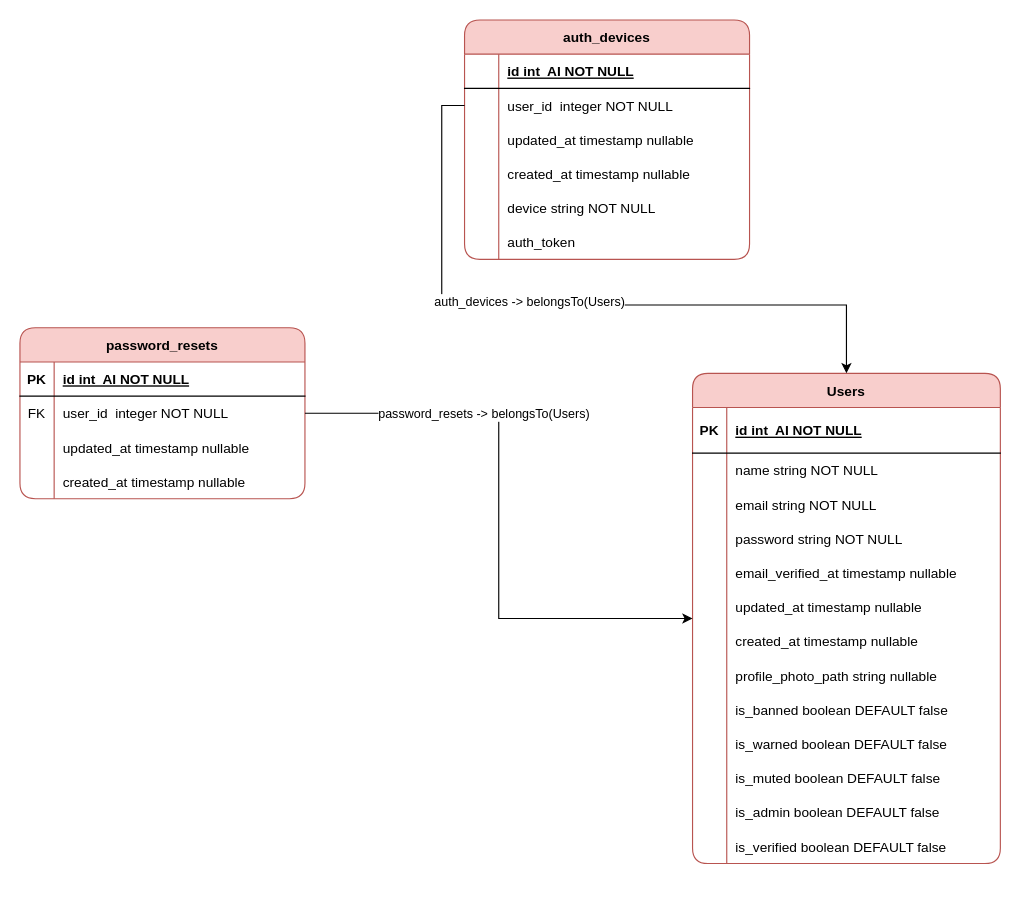
This is page "Users" (1 of 9) of devStorage/DatabaseModel.drawio from AndrewVozniak/WorldPath, a draw.io file, before an edit. Source tidied: cells renumbered, new cells numbered last; positions are measured from the earlier drawing's top-left corner, leaving out a move shared by most shapes. Both pictures are drawn from the tidied source at 114%, with x=0, y=0 at pixel (19, 19).
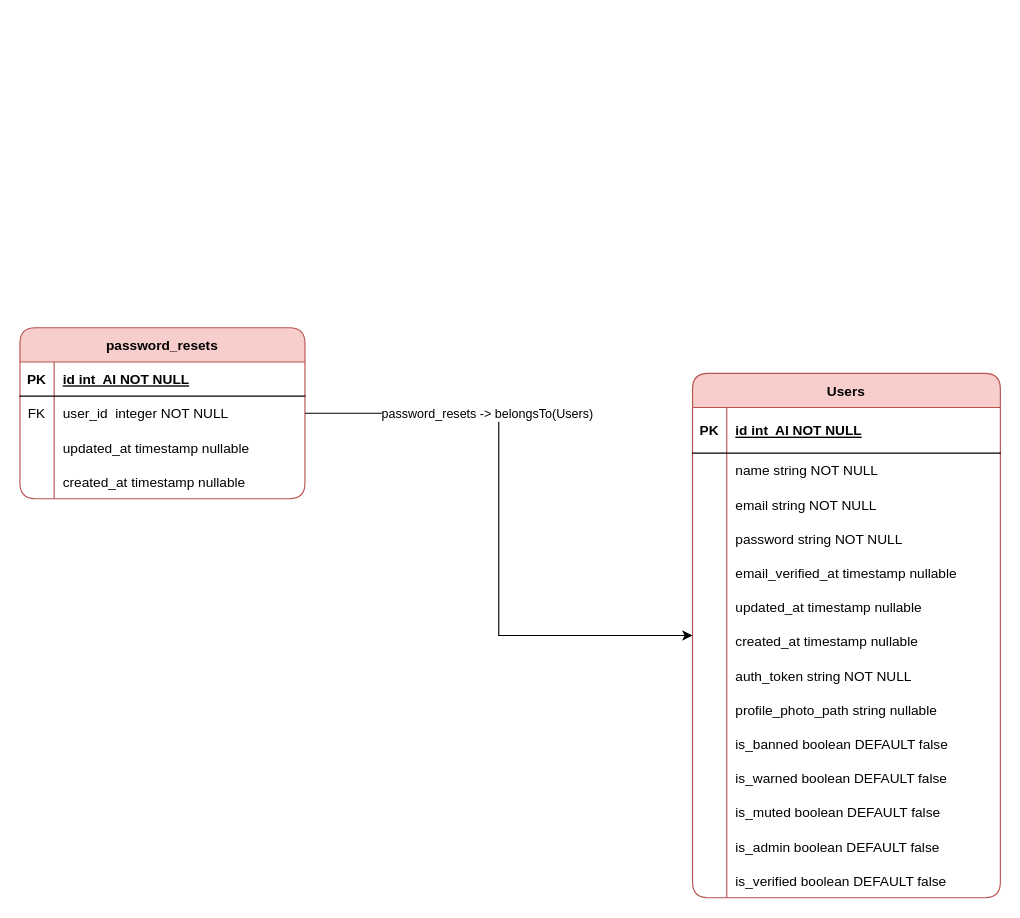
Above is the later version.

What changed in the source:
```diff
@@
     <mxCell id="2" value="Users" style="shape=table;startSize=30;childLayout=tableLayout;rowLines=0;fontStyle=1;align=center;fillColor=#f8cecc;strokeColor=#b85450;rounded=1;" parent="1" vertex="1">
-      <mxGeometry x="590" y="310" width="270" height="430" as="geometry" />
+      <mxGeometry x="590" y="310" width="270" height="460" as="geometry" />
     </mxCell>
@@
+    <mxCell id="78" style="shape=partialRectangle;fillColor=none;top=0;left=0;right=0;bottom=0;" parent="2" vertex="1">
+      <mxGeometry y="250" width="270" height="30" as="geometry" />
+    </mxCell>
+    <mxCell id="79" style="shape=partialRectangle;overflow=hidden;fillColor=none;top=0;left=0;bottom=0;right=0;" parent="78" vertex="1">
+      <mxGeometry width="30" height="30" as="geometry" />
+    </mxCell>
+    <mxCell id="80" value="auth_token string NOT NULL" style="shape=partialRectangle;overflow=hidden;fillColor=none;top=0;left=0;bottom=0;right=0;align=left;spacingLeft=6;" parent="78" vertex="1">
+      <mxGeometry x="30" width="240" height="30" as="geometry" />
+    </mxCell>
     <mxCell id="24" style="shape=partialRectangle;fillColor=none;top=0;left=0;right=0;bottom=0;" parent="2" vertex="1">
-      <mxGeometry y="250" width="270" height="30" as="geometry" />
+      <mxGeometry y="280" width="270" height="30" as="geometry" />
     </mxCell>
@@
     <mxCell id="27" style="shape=partialRectangle;fillColor=none;top=0;left=0;right=0;bottom=0;" parent="2" vertex="1">
-      <mxGeometry y="280" width="270" height="30" as="geometry" />
+      <mxGeometry y="310" width="270" height="30" as="geometry" />
     </mxCell>
@@
     <mxCell id="30" style="shape=partialRectangle;fillColor=none;top=0;left=0;right=0;bottom=0;" parent="2" vertex="1">
-      <mxGeometry y="310" width="270" height="30" as="geometry" />
+      <mxGeometry y="340" width="270" height="30" as="geometry" />
     </mxCell>
@@
     <mxCell id="33" style="shape=partialRectangle;fillColor=none;top=0;left=0;right=0;bottom=0;" parent="2" vertex="1">
-      <mxGeometry y="340" width="270" height="30" as="geometry" />
+      <mxGeometry y="370" width="270" height="30" as="geometry" />
     </mxCell>
@@
     <mxCell id="36" style="shape=partialRectangle;fillColor=none;top=0;left=0;right=0;bottom=0;" parent="2" vertex="1">
-      <mxGeometry y="370" width="270" height="30" as="geometry" />
+      <mxGeometry y="400" width="270" height="30" as="geometry" />
     </mxCell>
@@
     <mxCell id="39" style="shape=partialRectangle;fillColor=none;top=0;left=0;right=0;bottom=0;" parent="2" vertex="1">
-      <mxGeometry y="400" width="270" height="30" as="geometry" />
+      <mxGeometry y="430" width="270" height="30" as="geometry" />
     </mxCell>
@@
-    <mxCell id="57" value="auth_devices" style="shape=table;startSize=30;childLayout=tableLayout;rowLines=0;fontStyle=1;align=center;fillColor=#f8cecc;strokeColor=#b85450;rounded=1;" parent="1" vertex="1">
-      <mxGeometry x="390" width="250" height="210" as="geometry" />
-    </mxCell>
-    <mxCell id="58" style="shape=partialRectangle;fillColor=none;top=0;left=0;right=0;bottom=1;" parent="57" vertex="1">
-      <mxGeometry y="30" width="250" height="30" as="geometry" />
-    </mxCell>
-    <mxCell id="59" style="shape=partialRectangle;overflow=hidden;fillColor=none;top=0;left=0;bottom=0;right=0;fontStyle=1;" parent="58" vertex="1">
-      <mxGeometry width="30" height="30" as="geometry" />
-    </mxCell>
-    <mxCell id="60" value="id int  AI NOT NULL " style="shape=partialRectangle;overflow=hidden;fillColor=none;top=0;left=0;bottom=0;right=0;align=left;spacingLeft=6;fontStyle=5;" parent="58" vertex="1">
-      <mxGeometry x="30" width="220" height="30" as="geometry" />
-    </mxCell>
-    <mxCell id="61" style="shape=partialRectangle;fillColor=none;points=[[0,0.5],[1,0.5]];portConstraint=eastwest;top=0;left=0;right=0;bottom=0;" parent="57" vertex="1">
-      <mxGeometry y="60" width="250" height="30" as="geometry" />
-    </mxCell>
-    <mxCell id="62" style="shape=partialRectangle;overflow=hidden;fillColor=none;top=0;left=0;bottom=0;right=0;" parent="61" vertex="1">
-      <mxGeometry width="30" height="30" as="geometry" />
-    </mxCell>
-    <mxCell id="63" value="user_id  integer NOT NULL" style="shape=partialRectangle;overflow=hidden;fillColor=none;top=0;left=0;bottom=0;right=0;align=left;spacingLeft=6;" parent="61" vertex="1">
-      <mxGeometry x="30" width="220" height="30" as="geometry" />
-    </mxCell>
-    <mxCell id="64" style="shape=partialRectangle;fillColor=none;top=0;left=0;right=0;bottom=0;" parent="57" vertex="1">
-      <mxGeometry y="90" width="250" height="30" as="geometry" />
-    </mxCell>
-    <mxCell id="65" style="shape=partialRectangle;overflow=hidden;fillColor=none;top=0;left=0;bottom=0;right=0;" parent="64" vertex="1">
-      <mxGeometry width="30" height="30" as="geometry" />
-    </mxCell>
-    <mxCell id="66" value="updated_at timestamp nullable" style="shape=partialRectangle;overflow=hidden;fillColor=none;top=0;left=0;bottom=0;right=0;align=left;spacingLeft=6;" parent="64" vertex="1">
-      <mxGeometry x="30" width="220" height="30" as="geometry" />
-    </mxCell>
-    <mxCell id="67" style="shape=partialRectangle;fillColor=none;top=0;left=0;right=0;bottom=0;" parent="57" vertex="1">
-      <mxGeometry y="120" width="250" height="30" as="geometry" />
-    </mxCell>
-    <mxCell id="68" style="shape=partialRectangle;overflow=hidden;fillColor=none;top=0;left=0;bottom=0;right=0;" parent="67" vertex="1">
-      <mxGeometry width="30" height="30" as="geometry" />
-    </mxCell>
-    <mxCell id="69" value="created_at timestamp nullable" style="shape=partialRectangle;overflow=hidden;fillColor=none;top=0;left=0;bottom=0;right=0;align=left;spacingLeft=6;" parent="67" vertex="1">
-      <mxGeometry x="30" width="220" height="30" as="geometry" />
-    </mxCell>
-    <mxCell id="70" style="shape=partialRectangle;fillColor=none;top=0;left=0;right=0;bottom=0;" parent="57" vertex="1">
-      <mxGeometry y="150" width="250" height="30" as="geometry" />
-    </mxCell>
-    <mxCell id="71" style="shape=partialRectangle;overflow=hidden;fillColor=none;top=0;left=0;bottom=0;right=0;" parent="70" vertex="1">
-      <mxGeometry width="30" height="30" as="geometry" />
-    </mxCell>
-    <mxCell id="72" value="device string NOT NULL" style="shape=partialRectangle;overflow=hidden;fillColor=none;top=0;left=0;bottom=0;right=0;align=left;spacingLeft=6;" parent="70" vertex="1">
-      <mxGeometry x="30" width="220" height="30" as="geometry" />
-    </mxCell>
-    <mxCell id="73" style="shape=partialRectangle;fillColor=none;top=0;left=0;right=0;bottom=0;" parent="57" vertex="1">
-      <mxGeometry y="180" width="250" height="30" as="geometry" />
-    </mxCell>
-    <mxCell id="74" style="shape=partialRectangle;overflow=hidden;fillColor=none;top=0;left=0;bottom=0;right=0;" parent="73" vertex="1">
-      <mxGeometry width="30" height="30" as="geometry" />
-    </mxCell>
-    <mxCell id="75" value="auth_token" style="shape=partialRectangle;overflow=hidden;fillColor=none;top=0;left=0;bottom=0;right=0;align=left;spacingLeft=6;" parent="73" vertex="1">
-      <mxGeometry x="30" width="220" height="30" as="geometry" />
-    </mxCell>
-    <mxCell id="76" style="edgeStyle=orthogonalEdgeStyle;rounded=0;jettySize=auto;html=1;exitX=0;exitY=0.5;exitDx=0;exitDy=0;entryX=0.5;entryY=0;entryDx=0;entryDy=0;" parent="1" edge="1" source="61" target="2">
-      <mxGeometry relative="1" as="geometry">
-        <Array as="points">
-          <mxPoint x="370" y="75" />
-          <mxPoint x="370" y="250" />
-          <mxPoint x="725" y="250" />
-        </Array>
-      </mxGeometry>
-    </mxCell>
-    <mxCell id="77" value="auth_devices -&amp;gt; belongsTo(Users)" style="edgeLabel;html=1;align=center;verticalAlign=middle;" parent="76" vertex="1">
-      <mxGeometry x="-0.11" y="4" relative="1" as="geometry" />
-    </mxCell>
```
